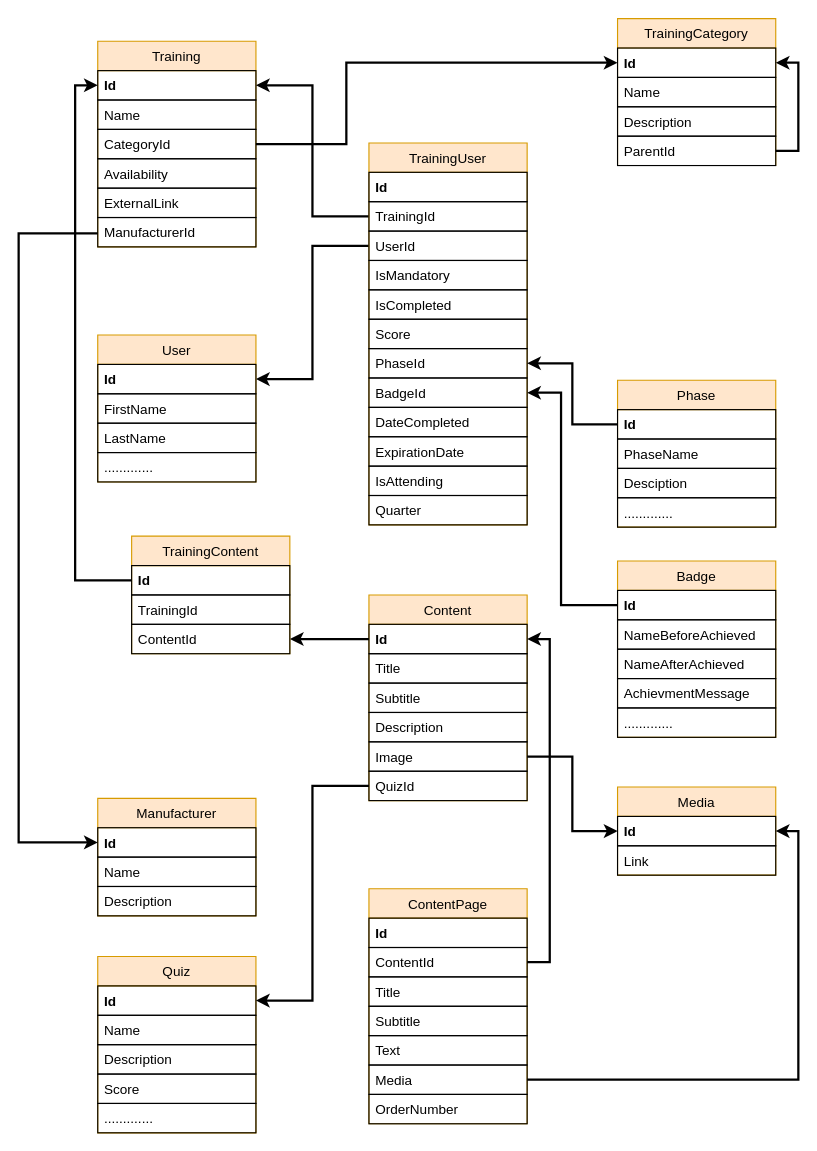
This is People's Development - Training Catalogue .drawio from dariusmunteanu/Diagrams, a draw.io file, before an edit. Source tidied: cells renumbered, new cells numbered last; positions are measured from the earlier drawing's top-left corner, leaving out a move shared by most shapes. Both pictures are drawn from the tidied source at 113%, with x=0, y=0 at pixel (18, 18).
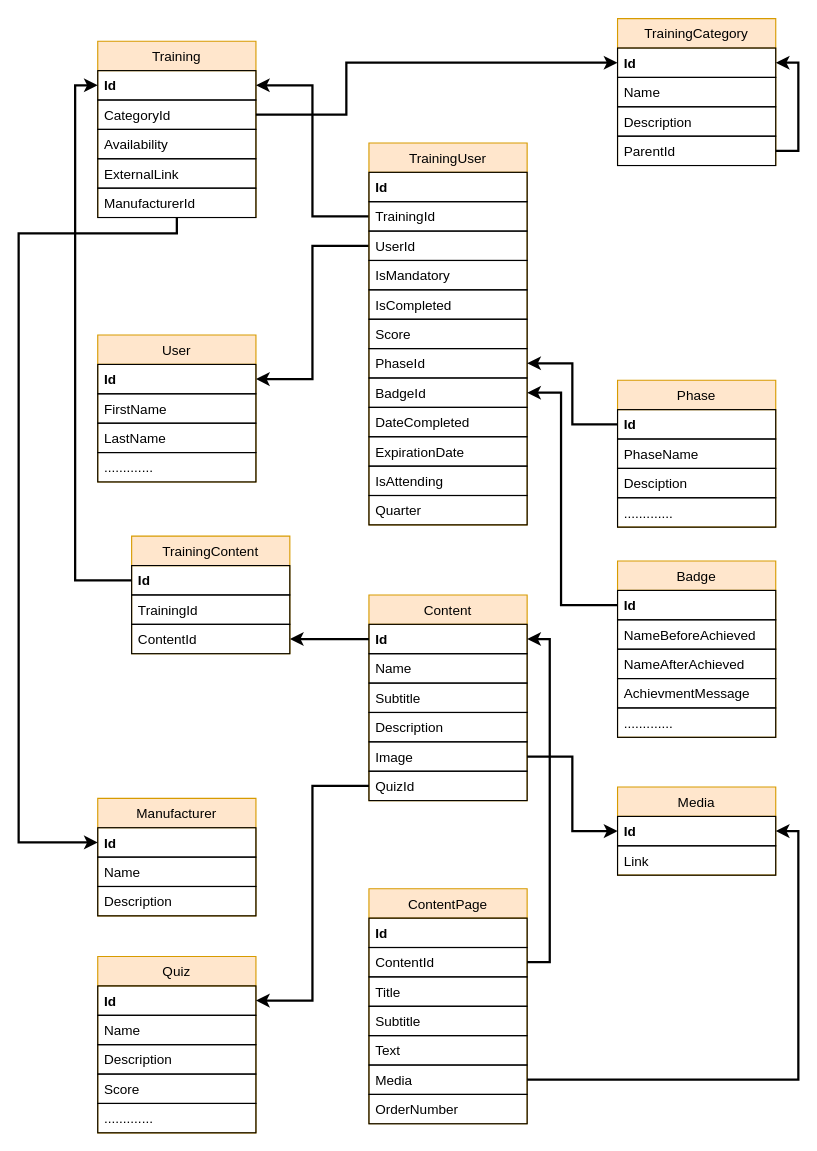
After the change.

Unchanged cells that the change refers to:
```xml
<mxCell id="44" value="Id" style="text;strokeColor=#000000;fillColor=none;align=left;verticalAlign=top;spacingLeft=4;spacingRight=4;overflow=hidden;points=[[0,0.5],[1,0.5]];portConstraint=eastwest;fontStyle=1;shadow=0;comic=0;" parent="43" vertex="1">
  <mxGeometry y="26" width="140" height="26" as="geometry" />
</mxCell>
<mxCell id="60" value="Content" style="swimlane;fontStyle=0;horizontal=1;startSize=26;fillColor=#ffe6cc;shadow=0;comic=0;glass=0;rounded=0;swimlaneFillColor=none;strokeColor=#d79b00;" parent="1" vertex="1">
  <mxGeometry x="310" y="510" width="140" height="182" as="geometry" />
</mxCell>
```

Change to the diagram source:
```diff
@@
     <mxCell id="2" value="Training" style="swimlane;fontStyle=0;horizontal=1;startSize=26;fillColor=#ffe6cc;shadow=0;comic=0;glass=0;rounded=0;swimlaneFillColor=none;strokeColor=#d79b00;" parent="1" vertex="1">
-      <mxGeometry x="70" y="20" width="140" height="182" as="geometry" />
+      <mxGeometry x="70" y="20" width="140" height="156" as="geometry" />
     </mxCell>
@@
-    <mxCell id="4" value="Name" style="text;strokeColor=#000000;fillColor=none;align=left;verticalAlign=top;spacingLeft=4;spacingRight=4;overflow=hidden;shadow=0;comic=0;" parent="2" vertex="1">
-      <mxGeometry y="52" width="140" height="26" as="geometry" />
-    </mxCell>
     <mxCell id="5" value="CategoryId" style="text;strokeColor=#000000;fillColor=none;align=left;verticalAlign=top;spacingLeft=4;spacingRight=4;overflow=hidden;points=[[0,0.5],[1,0.5]];portConstraint=eastwest;shadow=0;comic=0;" parent="2" vertex="1">
-      <mxGeometry y="78" width="140" height="26" as="geometry" />
+      <mxGeometry y="52" width="140" height="26" as="geometry" />
     </mxCell>
     <mxCell id="6" value="Availability" style="text;strokeColor=#000000;fillColor=none;align=left;verticalAlign=top;spacingLeft=4;spacingRight=4;overflow=hidden;shadow=0;comic=0;" parent="2" vertex="1">
-      <mxGeometry y="104" width="140" height="26" as="geometry" />
+      <mxGeometry y="78" width="140" height="26" as="geometry" />
     </mxCell>
     <mxCell id="7" value="ExternalLink" style="text;strokeColor=#000000;fillColor=none;align=left;verticalAlign=top;spacingLeft=4;spacingRight=4;overflow=hidden;shadow=0;comic=0;" parent="2" vertex="1">
-      <mxGeometry y="130" width="140" height="26" as="geometry" />
+      <mxGeometry y="104" width="140" height="26" as="geometry" />
     </mxCell>
     <mxCell id="8" value="ManufacturerId" style="text;strokeColor=#000000;fillColor=none;align=left;verticalAlign=top;spacingLeft=4;spacingRight=4;overflow=hidden;points=[[0,0.5],[1,0.5]];portConstraint=eastwest;shadow=0;comic=0;" parent="2" vertex="1">
-      <mxGeometry y="156" width="140" height="26" as="geometry" />
+      <mxGeometry y="130" width="140" height="26" as="geometry" />
     </mxCell>
@@
     <mxCell id="28" style="edgeStyle=orthogonalEdgeStyle;rounded=0;comic=0;jettySize=auto;html=1;entryX=0;entryY=0.5;entryDx=0;entryDy=0;shadow=0;strokeWidth=2;" parent="1" edge="1" source="5" target="44">
       <mxGeometry relative="1" as="geometry">
         <Array as="points">
-          <mxPoint x="290" y="111" />
+          <mxPoint x="290" y="85" />
           <mxPoint x="290" y="39" />
         </Array>
       </mxGeometry>
     </mxCell>
@@
-    <mxCell id="62" value="Title" style="text;strokeColor=#000000;fillColor=none;align=left;verticalAlign=top;spacingLeft=4;spacingRight=4;overflow=hidden;shadow=0;comic=0;" parent="60" vertex="1">
+    <mxCell id="62" value="Name" style="text;strokeColor=#000000;fillColor=none;align=left;verticalAlign=top;spacingLeft=4;spacingRight=4;overflow=hidden;shadow=0;comic=0;" parent="60" vertex="1">
       <mxGeometry y="52" width="140" height="26" as="geometry" />
     </mxCell>
```
